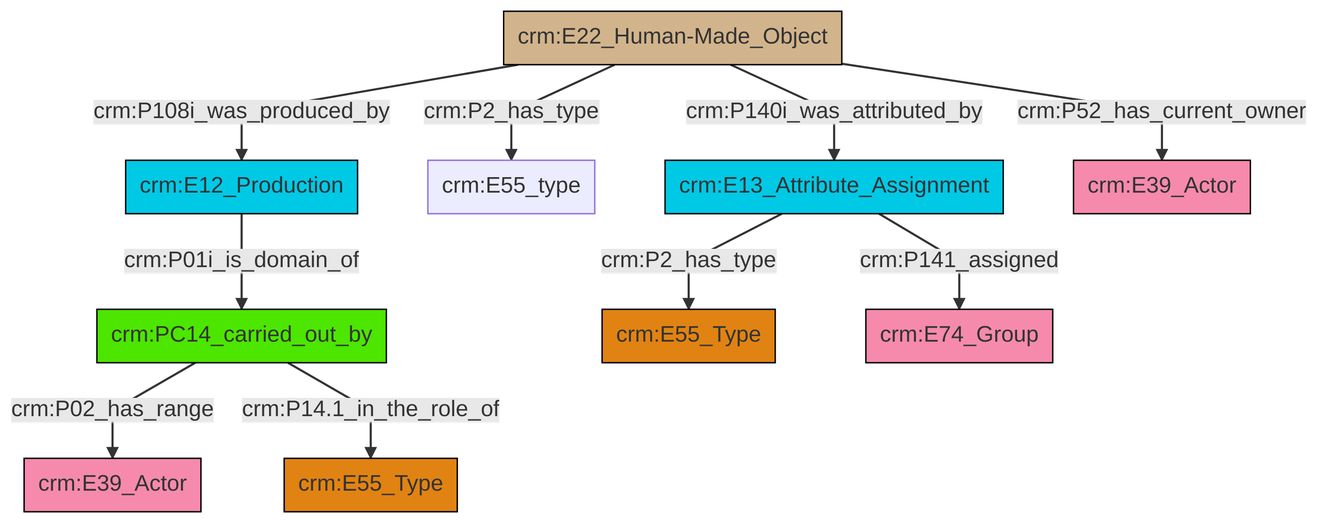
This is et/builtWorkCSV/ttl/mmd/png/Built_Work_actor_relations.png from swiss-art-research-net/reference-data-models, a Mermaid export, as it was before one commit. Its source is kept beside it as et/builtWorkCSV/ttl/mmd/Built_Work_actor_relations.ttl.mmd.
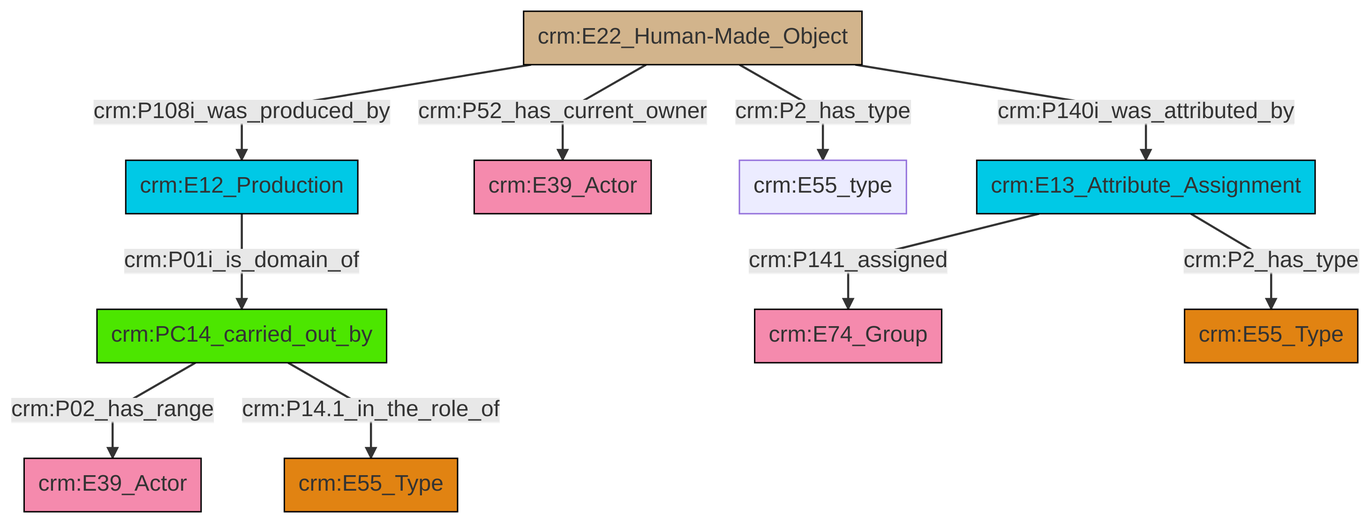
Later version of the same file.

Change to the diagram source:
```diff
@@ -13,12 +13,12 @@
 classDef PC_Classes fill:#4ce600, stroke:#000000;
 classDef Multi fill:#cccccc,stroke:#000000;
 
-0["crm:PC14_carried_out_by"]:::PC_Classes -->|crm:P02_has_range| 1["crm:E39_Actor"]:::Actor
-2["crm:E22_Human-Made_Object"]:::Physical_Thing -->|crm:P140i_was_attributed_by| 3["crm:E13_Attribute_Assignment"]:::Temporal_Entity
-0["crm:PC14_carried_out_by"]:::PC_Classes -->|crm:P14.1_in_the_role_of| 9["crm:E55_Type"]:::Type
-3["crm:E13_Attribute_Assignment"]:::Temporal_Entity -->|crm:P2_has_type| 7["crm:E55_Type"]:::Type
-11["crm:E12_Production"]:::Temporal_Entity -->|crm:P01i_is_domain_of| 0["crm:PC14_carried_out_by"]:::PC_Classes
-3["crm:E13_Attribute_Assignment"]:::Temporal_Entity -->|crm:P141_assigned| 13["crm:E74_Group"]:::Actor
-2["crm:E22_Human-Made_Object"]:::Physical_Thing -->|crm:P52_has_current_owner| 14["crm:E39_Actor"]:::Actor
-2["crm:E22_Human-Made_Object"]:::Physical_Thing -->|crm:P108i_was_produced_by| 11["crm:E12_Production"]:::Temporal_Entity
-2["crm:E22_Human-Made_Object"]:::Physical_Thing -->|crm:P2_has_type| 5["crm:E55_type"]:::Default
+0["crm:E22_Human-Made_Object"]:::Physical_Thing -->|crm:P108i_was_produced_by| 4["crm:E12_Production"]:::Temporal_Entity
+11["crm:E13_Attribute_Assignment"]:::Temporal_Entity -->|crm:P141_assigned| 7["crm:E74_Group"]:::Actor
+12["crm:PC14_carried_out_by"]:::PC_Classes -->|crm:P02_has_range| 2["crm:E39_Actor"]:::Actor
+11["crm:E13_Attribute_Assignment"]:::Temporal_Entity -->|crm:P2_has_type| 14["crm:E55_Type"]:::Type
+0["crm:E22_Human-Made_Object"]:::Physical_Thing -->|crm:P52_has_current_owner| 5["crm:E39_Actor"]:::Actor
+12["crm:PC14_carried_out_by"]:::PC_Classes -->|crm:P14.1_in_the_role_of| 9["crm:E55_Type"]:::Type
+4["crm:E12_Production"]:::Temporal_Entity -->|crm:P01i_is_domain_of| 12["crm:PC14_carried_out_by"]:::PC_Classes
+0["crm:E22_Human-Made_Object"]:::Physical_Thing -->|crm:P2_has_type| 18["crm:E55_type"]:::Default
+0["crm:E22_Human-Made_Object"]:::Physical_Thing -->|crm:P140i_was_attributed_by| 11["crm:E13_Attribute_Assignment"]:::Temporal_Entity
```
